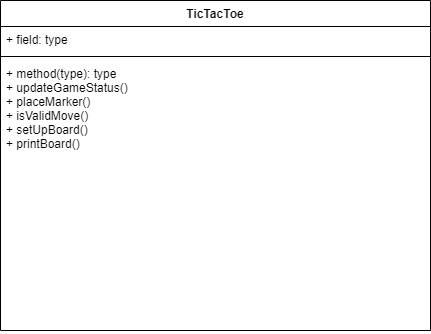
Above: TicTacToeGame/TicTacToe.png in GageKolojaco/CSCI2302-Gage-Kolojaco-HW (draw.io), before the change. Source tidied: cells renumbered, new cells last; positions are measured from the earlier drawing's top-left corner, leaving out a move shared by most shapes.
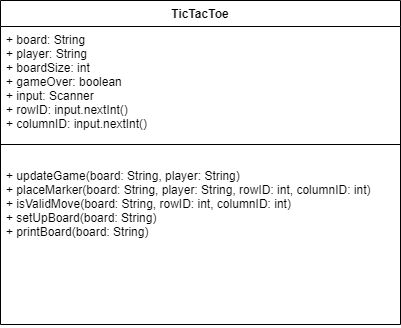
Later version of the same file.

The edit, as a diff of the source:
```diff
@@ -3,16 +3,16 @@
     <mxCell id="0" />
     <mxCell id="1" parent="0" />
     <mxCell id="2" value="TicTacToe" style="swimlane;fontStyle=1;align=center;verticalAlign=top;horizontal=1;startSize=26;" parent="1" vertex="1">
-      <mxGeometry width="430" height="330" as="geometry" />
+      <mxGeometry width="400" height="324" as="geometry" />
     </mxCell>
-    <mxCell id="3" value="+ field: type" style="text;strokeColor=none;fillColor=none;align=left;verticalAlign=top;spacingLeft=4;spacingRight=4;overflow=hidden;" parent="2" vertex="1">
-      <mxGeometry y="26" width="430" height="26" as="geometry" />
+    <mxCell id="3" value="+ board: String&#10;+ player: String&#10;+ boardSize: int&#10;+ gameOver: boolean&#10;+ input: Scanner&#10;+ rowID: input.nextInt()&#10;+ columnID: input.nextInt()" style="text;strokeColor=none;fillColor=none;align=left;verticalAlign=top;spacingLeft=4;spacingRight=4;overflow=hidden;" parent="2" vertex="1">
+      <mxGeometry y="26" width="400" height="114" as="geometry" />
     </mxCell>
     <mxCell id="4" style="line;strokeWidth=1;fillColor=none;align=left;verticalAlign=middle;spacingTop=-1;spacingLeft=3;spacingRight=3;labelPosition=right;strokeColor=inherit;" parent="2" vertex="1">
-      <mxGeometry y="52" width="430" height="8" as="geometry" />
+      <mxGeometry y="140" width="400" height="8" as="geometry" />
     </mxCell>
-    <mxCell id="5" value="+ method(type): type&#10;+ updateGameStatus()&#10;+ placeMarker()&#10;+ isValidMove()&#10;+ setUpBoard()&#10;+ printBoard()" style="text;strokeColor=none;fillColor=none;align=left;verticalAlign=top;spacingLeft=4;spacingRight=4;overflow=hidden;" parent="2" vertex="1">
-      <mxGeometry y="60" width="430" height="270" as="geometry" />
+    <mxCell id="5" value="&#10;+ updateGame(board: String, player: String)&#10;+ placeMarker(board: String, player: String, rowID: int, columnID: int)&#10;+ isValidMove(board: String, rowID: int, columnID: int)&#10;+ setUpBoard(board: String)&#10;+ printBoard(board: String)" style="text;strokeColor=none;fillColor=none;align=left;verticalAlign=top;spacingLeft=4;spacingRight=4;overflow=hidden;" parent="2" vertex="1">
+      <mxGeometry y="148" width="400" height="176" as="geometry" />
     </mxCell>
   </root>
 </mxGraphModel>
```
